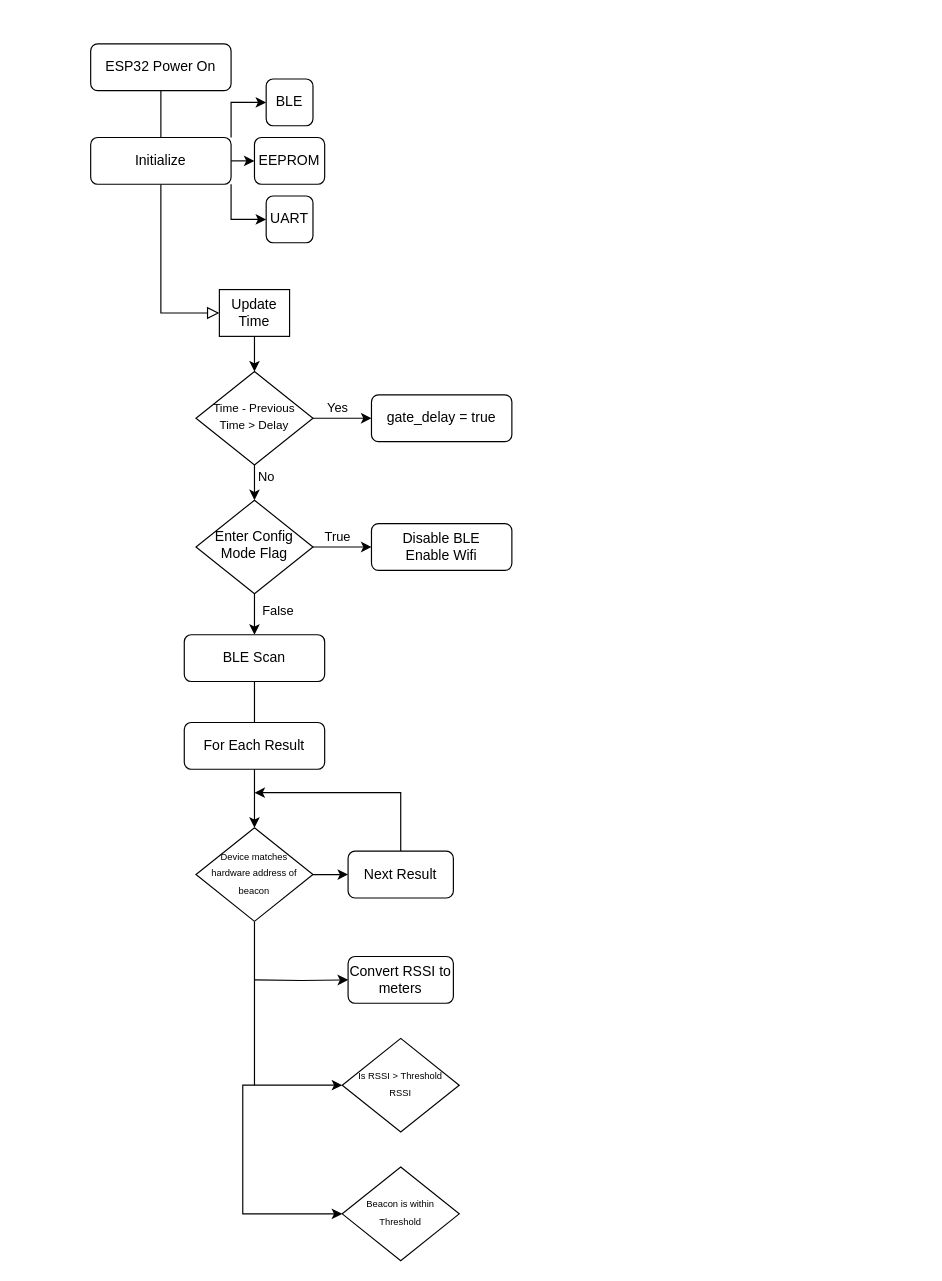
adojang/Tarentaal_X keeps this draw.io diagram as flow_diagrams/Untitled Diagram.drawio. Above is the earlier version. Source tidied: cells renumbered, new cells numbered last; positions are measured from the earlier drawing's top-left corner, leaving out a move shared by most shapes. Both pictures are drawn from the tidied source at 117%, with x=0, y=0 at pixel (90, 43).
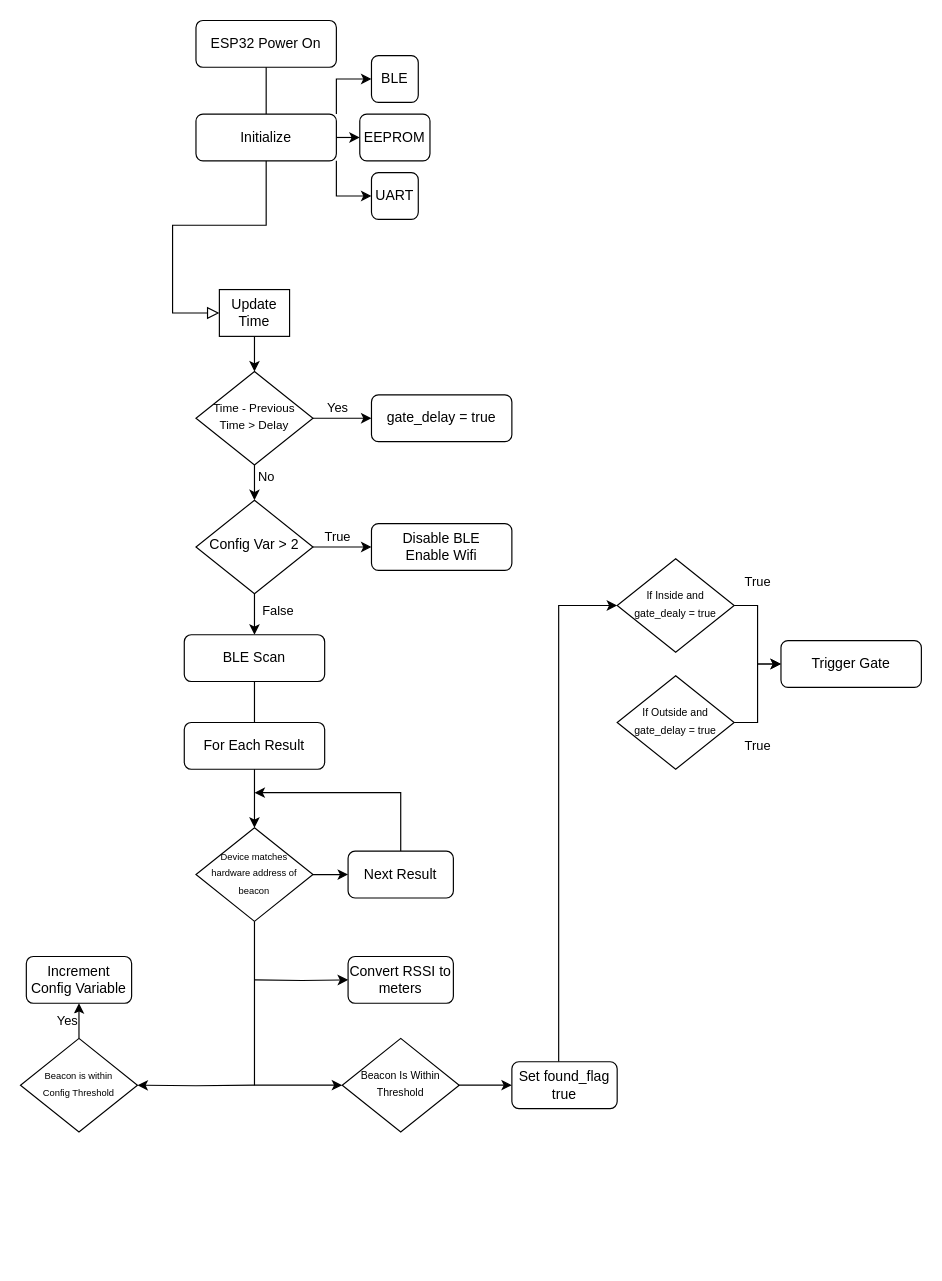
After the change.

Diff of the diagram source:
```diff
@@
     <mxCell id="3" value="ESP32 Power On" style="rounded=1;whiteSpace=wrap;html=1;fontSize=12;glass=0;strokeWidth=1;shadow=0;" parent="1" vertex="1">
-      <mxGeometry width="120" height="40" as="geometry" />
+      <mxGeometry x="90" y="-20" width="120" height="40" as="geometry" />
     </mxCell>
@@
-    <mxCell id="5" value="Enter Config Mode Flag" style="rhombus;whiteSpace=wrap;html=1;shadow=0;fontFamily=Helvetica;fontSize=12;align=center;strokeWidth=1;spacing=6;spacingTop=-4;" parent="1" vertex="1">
+    <mxCell id="5" value="Config Var &amp;gt; 2" style="rhombus;whiteSpace=wrap;html=1;shadow=0;fontFamily=Helvetica;fontSize=12;align=center;strokeWidth=1;spacing=6;spacingTop=-4;" parent="1" vertex="1">
       <mxGeometry x="90" y="390" width="100" height="80" as="geometry" />
     </mxCell>
@@
     <mxCell id="11" value="Initialize" style="rounded=1;whiteSpace=wrap;html=1;fontSize=12;glass=0;strokeWidth=1;shadow=0;" parent="1" vertex="1">
-      <mxGeometry y="80" width="120" height="40" as="geometry" />
+      <mxGeometry x="90" y="60" width="120" height="40" as="geometry" />
     </mxCell>
@@
     <mxCell id="13" style="edgeStyle=orthogonalEdgeStyle;rounded=0;jettySize=auto;html=1;exitX=1;exitY=0;exitDx=0;exitDy=0;entryX=0;entryY=0.5;entryDx=0;entryDy=0;" parent="1" edge="1" source="11" target="14">
       <mxGeometry relative="1" as="geometry">
         <Array as="points">
-          <mxPoint x="120" y="50" />
+          <mxPoint x="210" y="30" />
         </Array>
       </mxGeometry>
     </mxCell>
     <mxCell id="14" value="BLE" style="rounded=1;whiteSpace=wrap;html=1;fontSize=12;glass=0;strokeWidth=1;shadow=0;" parent="1" vertex="1">
-      <mxGeometry x="150" y="30" width="40" height="40" as="geometry" />
+      <mxGeometry x="240" y="10" width="40" height="40" as="geometry" />
     </mxCell>
     <mxCell id="15" value="EEPROM" style="rounded=1;whiteSpace=wrap;html=1;fontSize=12;glass=0;strokeWidth=1;shadow=0;" parent="1" vertex="1">
-      <mxGeometry x="140" y="80" width="60" height="40" as="geometry" />
+      <mxGeometry x="230" y="60" width="60" height="40" as="geometry" />
     </mxCell>
     <mxCell id="16" value="UART" style="rounded=1;whiteSpace=wrap;html=1;fontSize=12;glass=0;strokeWidth=1;shadow=0;" parent="1" vertex="1">
-      <mxGeometry x="150" y="130" width="40" height="40" as="geometry" />
+      <mxGeometry x="240" y="110" width="40" height="40" as="geometry" />
     </mxCell>
     <mxCell id="17" style="edgeStyle=orthogonalEdgeStyle;rounded=0;jettySize=auto;html=1;entryX=0;entryY=0.5;entryDx=0;entryDy=0;" parent="1" edge="1" target="15">
       <mxGeometry relative="1" as="geometry">
-        <mxPoint x="120" y="100" as="sourcePoint" />
+        <mxPoint x="210" y="80" as="sourcePoint" />
       </mxGeometry>
     </mxCell>
@@
+    <mxCell id="37" style="edgeStyle=orthogonalEdgeStyle;rounded=0;jettySize=auto;html=1;exitX=1;exitY=0.5;exitDx=0;exitDy=0;entryX=0;entryY=0.5;entryDx=0;entryDy=0;endArrow=classic;endFill=1;" parent="1" edge="1" source="34" target="41">
+      <mxGeometry relative="1" as="geometry" />
+    </mxCell>
-    <mxCell id="34" value="&lt;span style=&quot;font-size: 8px&quot;&gt;Is RSSI &amp;gt; Threshold RSSI&lt;/span&gt;" style="rhombus;whiteSpace=wrap;html=1;shadow=0;fontFamily=Helvetica;fontSize=12;align=center;strokeWidth=1;spacing=6;spacingTop=-4;" parent="1" vertex="1">
+    <mxCell id="34" value="&lt;font style=&quot;font-size: 9px&quot;&gt;Beacon Is Within Threshold&lt;/font&gt;" style="rhombus;whiteSpace=wrap;html=1;shadow=0;fontFamily=Helvetica;fontSize=12;align=center;strokeWidth=1;spacing=6;spacingTop=-4;" parent="1" vertex="1">
       <mxGeometry x="215" y="850" width="100" height="80" as="geometry" />
     </mxCell>
-    <mxCell id="35" style="edgeStyle=orthogonalEdgeStyle;rounded=0;jettySize=auto;html=1;endArrow=classic;endFill=1;entryX=0;entryY=0.5;entryDx=0;entryDy=0;" parent="1" edge="1" target="36">
+    <mxCell id="35" style="edgeStyle=orthogonalEdgeStyle;rounded=0;jettySize=auto;html=1;endArrow=classic;endFill=1;entryX=1;entryY=0.5;entryDx=0;entryDy=0;" parent="1" edge="1" target="36">
       <mxGeometry relative="1" as="geometry">
         <mxPoint x="140" y="890" as="sourcePoint" />
-        <Array as="points">
-          <mxPoint x="130" y="890" />
-          <mxPoint x="130" y="1000" />
-        </Array>
       </mxGeometry>
     </mxCell>
+    <mxCell id="38" value="Yes" style="edgeStyle=orthogonalEdgeStyle;rounded=0;jettySize=auto;html=1;entryX=0.5;entryY=1;entryDx=0;entryDy=0;endArrow=classic;endFill=1;" parent="1" edge="1" source="36" target="39">
+      <mxGeometry y="-10" relative="1" as="geometry" />
+    </mxCell>
-    <mxCell id="36" value="&lt;span style=&quot;font-size: 8px&quot;&gt;Beacon is within Threshold&lt;/span&gt;" style="rhombus;whiteSpace=wrap;html=1;shadow=0;fontFamily=Helvetica;fontSize=12;align=center;strokeWidth=1;spacing=6;spacingTop=-4;" parent="1" vertex="1">
-      <mxGeometry x="215" y="960" width="100" height="80" as="geometry" />
+    <mxCell id="36" value="&lt;span style=&quot;font-size: 8px&quot;&gt;Beacon is within &lt;br&gt;Config Threshold&lt;/span&gt;" style="rhombus;whiteSpace=wrap;html=1;shadow=0;fontFamily=Helvetica;fontSize=12;align=center;strokeWidth=1;spacing=6;spacingTop=-4;" parent="1" vertex="1">
+      <mxGeometry x="-60" y="850" width="100" height="80" as="geometry" />
     </mxCell>
+    <mxCell id="39" value="Increment Config Variable" style="rounded=1;whiteSpace=wrap;html=1;fontSize=12;glass=0;strokeWidth=1;shadow=0;" parent="1" vertex="1">
+      <mxGeometry x="-55" y="780" width="90" height="40" as="geometry" />
+    </mxCell>
+    <mxCell id="40" style="edgeStyle=orthogonalEdgeStyle;rounded=0;jettySize=auto;html=1;endArrow=classic;endFill=1;entryX=0;entryY=0.5;entryDx=0;entryDy=0;" parent="1" edge="1" source="41" target="43">
+      <mxGeometry relative="1" as="geometry">
+        <Array as="points">
+          <mxPoint x="400" y="480" />
+        </Array>
+      </mxGeometry>
+    </mxCell>
+    <mxCell id="41" value="Set found_flag true" style="rounded=1;whiteSpace=wrap;html=1;fontSize=12;glass=0;strokeWidth=1;shadow=0;" parent="1" vertex="1">
+      <mxGeometry x="360" y="870" width="90" height="40" as="geometry" />
+    </mxCell>
+    <mxCell id="42" value="True" style="edgeStyle=orthogonalEdgeStyle;rounded=0;jettySize=auto;html=1;entryX=0;entryY=0.5;entryDx=0;entryDy=0;endArrow=classic;endFill=1;" parent="1" edge="1" source="43" target="46">
+      <mxGeometry x="-0.56" y="-20" relative="1" as="geometry">
+        <mxPoint x="20" y="-20" as="offset" />
+      </mxGeometry>
+    </mxCell>
+    <mxCell id="43" value="&lt;font style=&quot;font-size: 9px&quot;&gt;If Inside and gate_dealy = true&lt;/font&gt;" style="rhombus;whiteSpace=wrap;html=1;shadow=0;fontFamily=Helvetica;fontSize=12;align=center;strokeWidth=1;spacing=6;spacingTop=-4;" parent="1" vertex="1">
+      <mxGeometry x="450" y="440" width="100" height="80" as="geometry" />
+    </mxCell>
+    <mxCell id="44" value="True" style="edgeStyle=orthogonalEdgeStyle;rounded=0;jettySize=auto;html=1;entryX=0;entryY=0.5;entryDx=0;entryDy=0;endArrow=classic;endFill=1;" parent="1" edge="1" source="45" target="46">
+      <mxGeometry x="-0.56" y="-20" relative="1" as="geometry">
+        <mxPoint x="-20" y="20" as="offset" />
+      </mxGeometry>
+    </mxCell>
+    <mxCell id="45" value="&lt;font style=&quot;font-size: 9px&quot;&gt;If Outside and gate_delay = true&lt;/font&gt;" style="rhombus;whiteSpace=wrap;html=1;shadow=0;fontFamily=Helvetica;fontSize=12;align=center;strokeWidth=1;spacing=6;spacingTop=-4;" parent="1" vertex="1">
+      <mxGeometry x="450" y="540" width="100" height="80" as="geometry" />
+    </mxCell>
+    <mxCell id="46" value="Trigger Gate" style="rounded=1;whiteSpace=wrap;html=1;fontSize=12;glass=0;strokeWidth=1;shadow=0;" parent="1" vertex="1">
+      <mxGeometry x="590" y="510" width="120" height="40" as="geometry" />
+    </mxCell>
```
